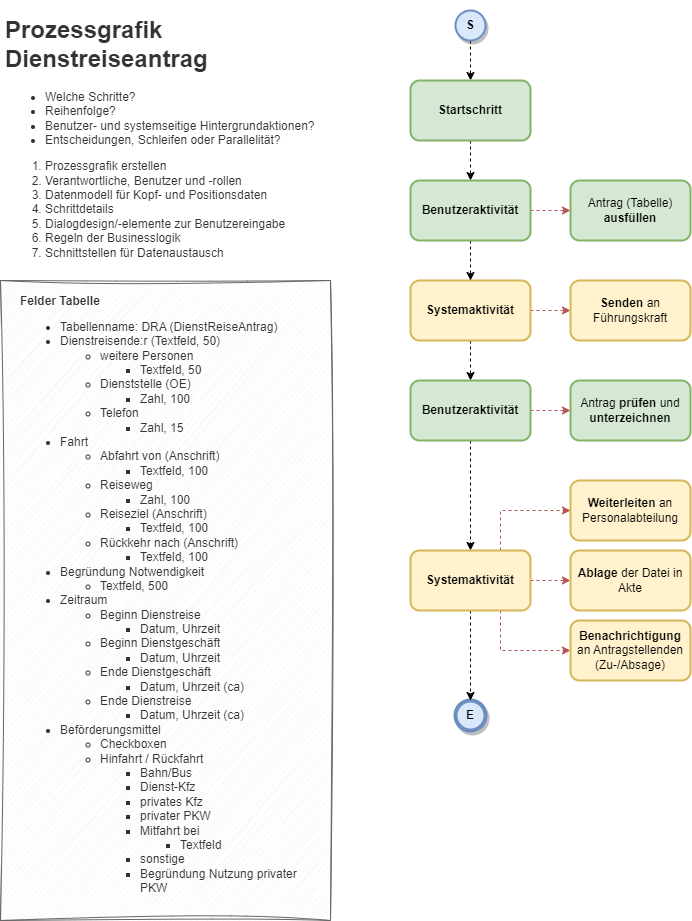
Earlier version of the draw.io export jra-dienstreiseantrag.png (SaBy1188/JobRouterLearn). Source tidied: cells renumbered, new cells last; positions are measured from the earlier drawing's top-left corner, leaving out a move shared by most shapes.
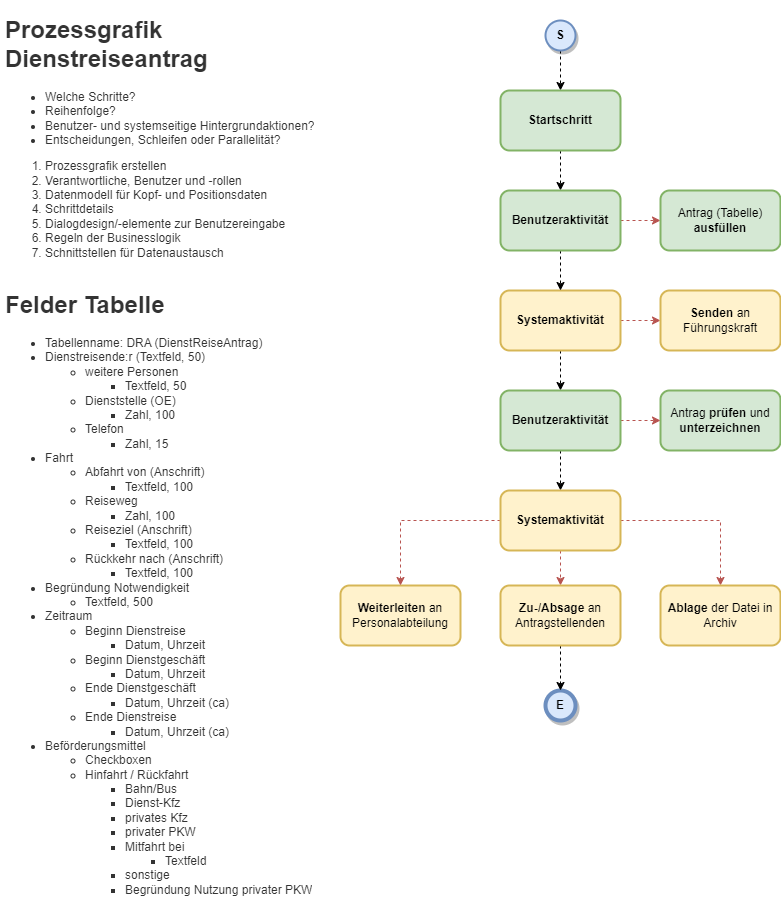
The same file after the commit.

Diff of the diagram source:
```diff
@@ -9,7 +9,7 @@
       <mxGeometry x="455" width="30" height="30" as="geometry" />
     </mxCell>
     <mxCell id="4" value="&lt;b&gt;E&lt;/b&gt;" style="ellipse;whiteSpace=wrap;html=1;fillColor=#dae8fc;strokeColor=#6c8ebf;strokeWidth=4;shadow=1;" parent="1" vertex="1">
-      <mxGeometry x="455" y="690" width="30" height="30" as="geometry" />
+      <mxGeometry x="455" y="670" width="30" height="30" as="geometry" />
     </mxCell>
     <mxCell id="5" style="edgeStyle=orthogonalEdgeStyle;rounded=0;jettySize=auto;html=1;dashed=1;" parent="1" edge="1" source="6" target="13">
       <mxGeometry relative="1" as="geometry" />
@@ -30,9 +30,6 @@
     <mxCell id="9" value="&lt;b&gt;Systemaktivität&lt;/b&gt;" style="rounded=1;whiteSpace=wrap;html=1;fillColor=#fff2cc;strokeColor=#d6b656;strokeWidth=2;" parent="1" vertex="1">
       <mxGeometry x="410" y="270" width="120" height="60" as="geometry" />
     </mxCell>
-    <mxCell id="10" value="&lt;blockquote style=&quot;margin: 0 0 0 40px; border: none; padding: 0px;&quot;&gt;&lt;/blockquote&gt;&lt;b&gt;Felder Tabelle&lt;/b&gt;&lt;br&gt;&lt;div style=&quot;&quot;&gt;&lt;ul&gt;&lt;li&gt;Tabellenname: DRA (DienstReiseAntrag)&lt;/li&gt;&lt;li&gt;Dienstreisende:r (Textfeld, 50)&lt;/li&gt;&lt;ul&gt;&lt;li&gt;weitere Personen&lt;/li&gt;&lt;ul&gt;&lt;li&gt;Textfeld, 50&lt;/li&gt;&lt;/ul&gt;&lt;li&gt;Dienststelle (OE)&lt;/li&gt;&lt;ul&gt;&lt;li&gt;Zahl, 100&lt;/li&gt;&lt;/ul&gt;&lt;li&gt;Telefon&lt;/li&gt;&lt;ul&gt;&lt;li&gt;Zahl, 15&lt;/li&gt;&lt;/ul&gt;&lt;/ul&gt;&lt;li&gt;Fahrt&lt;/li&gt;&lt;ul&gt;&lt;li&gt;Abfahrt von (Anschrift)&lt;/li&gt;&lt;ul&gt;&lt;li&gt;Textfeld, 100&lt;/li&gt;&lt;/ul&gt;&lt;li&gt;Reiseweg&lt;/li&gt;&lt;ul&gt;&lt;li&gt;Zahl, 100&lt;/li&gt;&lt;/ul&gt;&lt;li&gt;Reiseziel (Anschrift)&lt;/li&gt;&lt;ul&gt;&lt;li&gt;Textfeld, 100&lt;/li&gt;&lt;/ul&gt;&lt;li&gt;Rückkehr nach (Anschrift)&lt;/li&gt;&lt;ul&gt;&lt;li&gt;Textfeld, 100&lt;/li&gt;&lt;/ul&gt;&lt;/ul&gt;&lt;li&gt;Begründung Notwendigkeit&lt;/li&gt;&lt;ul&gt;&lt;li&gt;Textfeld, 500&lt;/li&gt;&lt;/ul&gt;&lt;li&gt;Zeitraum&lt;/li&gt;&lt;ul&gt;&lt;li&gt;Beginn Dienstreise&lt;/li&gt;&lt;ul&gt;&lt;li&gt;Datum, Uhrzeit&lt;/li&gt;&lt;/ul&gt;&lt;li&gt;Beginn Dienstgeschäft&lt;/li&gt;&lt;ul&gt;&lt;li&gt;Datum, Uhrzeit&lt;/li&gt;&lt;/ul&gt;&lt;li&gt;Ende Dienstgeschäft&lt;/li&gt;&lt;ul&gt;&lt;li&gt;Datum, Uhrzeit (ca)&lt;/li&gt;&lt;/ul&gt;&lt;li&gt;Ende Dienstreise&lt;/li&gt;&lt;ul&gt;&lt;li&gt;Datum, Uhrzeit (ca)&lt;/li&gt;&lt;/ul&gt;&lt;/ul&gt;&lt;li&gt;Beförderungsmittel&lt;/li&gt;&lt;ul&gt;&lt;li&gt;Checkboxen&lt;/li&gt;&lt;li&gt;Hinfahrt / Rückfahrt&lt;/li&gt;&lt;ul&gt;&lt;li&gt;Bahn/Bus&lt;/li&gt;&lt;li&gt;Dienst-Kfz&lt;/li&gt;&lt;li&gt;privates Kfz&lt;/li&gt;&lt;li&gt;privater PKW&lt;/li&gt;&lt;li&gt;Mitfahrt bei&lt;/li&gt;&lt;ul&gt;&lt;li&gt;Textfeld&lt;/li&gt;&lt;/ul&gt;&lt;li&gt;sonstige&lt;/li&gt;&lt;li&gt;Begründung Nutzung privater PKW&lt;/li&gt;&lt;/ul&gt;&lt;/ul&gt;&lt;/ul&gt;&lt;/div&gt;" style="rounded=0;whiteSpace=wrap;html=1;sketch=1;curveFitting=1;jiggle=2;fillColor=#f5f5f5;fontColor=#333333;strokeColor=#666666;align=left;spacingTop=10;spacingLeft=10;spacingRight=10;spacing=10;spacingBottom=10;" parent="1" vertex="1">
-      <mxGeometry y="270" width="330" height="640" as="geometry" />
-    </mxCell>
     <mxCell id="11" style="edgeStyle=orthogonalEdgeStyle;rounded=0;jettySize=auto;html=1;entryX=0.5;entryY=0;entryDx=0;entryDy=0;dashed=1;" parent="1" edge="1" source="13" target="9">
       <mxGeometry relative="1" as="geometry" />
     </mxCell>
@@ -61,10 +58,10 @@
       <mxGeometry x="410" y="370" width="120" height="60" as="geometry" />
     </mxCell>
     <mxCell id="20" value="&lt;b&gt;Weiterleiten &lt;/b&gt;an Personalabteilung" style="rounded=1;whiteSpace=wrap;html=1;fillColor=#fff2cc;strokeColor=#d6b656;strokeWidth=2;" parent="1" vertex="1">
-      <mxGeometry x="570" y="470" width="120" height="60" as="geometry" />
+      <mxGeometry x="250" y="565" width="120" height="60" as="geometry" />
     </mxCell>
     <mxCell id="21" value="&lt;h1&gt;Prozessgrafik&lt;br&gt;Dienstreiseantrag&lt;/h1&gt;&lt;ul style=&quot;border-color: var(--border-color); color: rgb(51, 51, 51);&quot;&gt;&lt;li style=&quot;border-color: var(--border-color);&quot;&gt;Welche Schritte?&lt;/li&gt;&lt;li style=&quot;border-color: var(--border-color);&quot;&gt;Reihenfolge?&lt;/li&gt;&lt;li style=&quot;border-color: var(--border-color);&quot;&gt;Benutzer- und systemseitige Hintergrundaktionen?&lt;/li&gt;&lt;li style=&quot;border-color: var(--border-color);&quot;&gt;Entscheidungen, Schleifen oder Parallelität?&lt;/li&gt;&lt;/ul&gt;&lt;ol style=&quot;border-color: var(--border-color); color: rgb(51, 51, 51);&quot;&gt;&lt;li style=&quot;border-color: var(--border-color);&quot;&gt;Prozessgrafik erstellen&lt;/li&gt;&lt;li style=&quot;border-color: var(--border-color);&quot;&gt;Verantwortliche, Benutzer und -rollen&lt;/li&gt;&lt;li style=&quot;border-color: var(--border-color);&quot;&gt;Datenmodell für Kopf- und Positionsdaten&lt;/li&gt;&lt;li style=&quot;border-color: var(--border-color);&quot;&gt;Schrittdetails&lt;/li&gt;&lt;li style=&quot;border-color: var(--border-color);&quot;&gt;Dialogdesign/-elemente zur Benutzereingabe&lt;/li&gt;&lt;li style=&quot;border-color: var(--border-color);&quot;&gt;Regeln der Businesslogik&lt;/li&gt;&lt;li style=&quot;border-color: var(--border-color);&quot;&gt;Schnittstellen für Datenaustausch&lt;/li&gt;&lt;/ol&gt;" style="text;html=1;spacing=5;spacingTop=-20;whiteSpace=wrap;overflow=hidden;rounded=0;fillColor=#FFFFFF;fontColor=#333333;strokeColor=none;" parent="1" vertex="1">
-      <mxGeometry width="330" height="260" as="geometry" />
+      <mxGeometry x="-90" y="-10" width="330" height="260" as="geometry" />
     </mxCell>
     <mxCell id="22" style="edgeStyle=orthogonalEdgeStyle;rounded=0;jettySize=auto;html=1;dashed=1;fillColor=#f8cecc;strokeColor=#b85450;exitX=0.75;exitY=0;exitDx=0;exitDy=0;" parent="1" edge="1" source="26" target="20">
       <mxGeometry relative="1" as="geometry">
@@ -73,23 +70,26 @@
         </Array>
       </mxGeometry>
     </mxCell>
-    <mxCell id="23" style="edgeStyle=orthogonalEdgeStyle;rounded=0;jettySize=auto;html=1;exitX=1;exitY=0.5;exitDx=0;exitDy=0;entryX=0;entryY=0.5;entryDx=0;entryDy=0;dashed=1;fillColor=#f8cecc;strokeColor=#b85450;" parent="1" edge="1" source="26" target="27">
+    <mxCell id="23" style="edgeStyle=orthogonalEdgeStyle;rounded=0;jettySize=auto;html=1;exitX=1;exitY=0.5;exitDx=0;exitDy=0;entryX=0.5;entryY=0;entryDx=0;entryDy=0;dashed=1;fillColor=#f8cecc;strokeColor=#b85450;" parent="1" edge="1" source="26" target="27">
       <mxGeometry relative="1" as="geometry" />
     </mxCell>
-    <mxCell id="24" style="edgeStyle=orthogonalEdgeStyle;rounded=0;jettySize=auto;html=1;exitX=0.75;exitY=1;exitDx=0;exitDy=0;entryX=0;entryY=0.5;entryDx=0;entryDy=0;fillColor=#f8cecc;strokeColor=#b85450;dashed=1;" parent="1" edge="1" source="26" target="28">
+    <mxCell id="24" style="edgeStyle=orthogonalEdgeStyle;rounded=0;jettySize=auto;html=1;exitX=0.5;exitY=1;exitDx=0;exitDy=0;entryX=0.5;entryY=0;entryDx=0;entryDy=0;fillColor=#f8cecc;strokeColor=#b85450;dashed=1;" parent="1" edge="1" source="26" target="28">
       <mxGeometry relative="1" as="geometry" />
     </mxCell>
-    <mxCell id="25" style="edgeStyle=orthogonalEdgeStyle;rounded=0;jettySize=auto;html=1;dashed=1;" parent="1" edge="1" source="26" target="4">
+    <mxCell id="25" style="edgeStyle=orthogonalEdgeStyle;rounded=0;jettySize=auto;html=1;dashed=1;" parent="1" edge="1" source="28" target="4">
       <mxGeometry relative="1" as="geometry" />
     </mxCell>
     <mxCell id="26" value="&lt;b&gt;Systemaktivität&lt;/b&gt;" style="rounded=1;whiteSpace=wrap;html=1;fillColor=#fff2cc;strokeColor=#d6b656;strokeWidth=2;" parent="1" vertex="1">
-      <mxGeometry x="410" y="540" width="120" height="60" as="geometry" />
+      <mxGeometry x="410" y="470" width="120" height="60" as="geometry" />
     </mxCell>
-    <mxCell id="27" value="&lt;b&gt;Ablage&lt;/b&gt; der Datei in Akte" style="rounded=1;whiteSpace=wrap;html=1;fillColor=#fff2cc;strokeColor=#d6b656;strokeWidth=2;" parent="1" vertex="1">
-      <mxGeometry x="570" y="540" width="120" height="60" as="geometry" />
+    <mxCell id="27" value="&lt;b&gt;Ablage&lt;/b&gt; der Datei in Archiv" style="rounded=1;whiteSpace=wrap;html=1;fillColor=#fff2cc;strokeColor=#d6b656;strokeWidth=2;" parent="1" vertex="1">
+      <mxGeometry x="570" y="565" width="120" height="60" as="geometry" />
     </mxCell>
+    <mxCell id="10" value="&lt;h1&gt;Felder Tabelle&lt;/h1&gt;&lt;div&gt;&lt;ul style=&quot;border-color: var(--border-color);&quot;&gt;&lt;li style=&quot;border-color: var(--border-color);&quot;&gt;Tabellenname: DRA (DienstReiseAntrag)&lt;/li&gt;&lt;li style=&quot;border-color: var(--border-color);&quot;&gt;Dienstreisende:r (Textfeld, 50)&lt;/li&gt;&lt;ul style=&quot;border-color: var(--border-color);&quot;&gt;&lt;li style=&quot;border-color: var(--border-color);&quot;&gt;weitere Personen&lt;/li&gt;&lt;ul style=&quot;border-color: var(--border-color);&quot;&gt;&lt;li style=&quot;border-color: var(--border-color);&quot;&gt;Textfeld, 50&lt;/li&gt;&lt;/ul&gt;&lt;li style=&quot;border-color: var(--border-color);&quot;&gt;Dienststelle (OE)&lt;/li&gt;&lt;ul style=&quot;border-color: var(--border-color);&quot;&gt;&lt;li style=&quot;border-color: var(--border-color);&quot;&gt;Zahl, 100&lt;/li&gt;&lt;/ul&gt;&lt;li style=&quot;border-color: var(--border-color);&quot;&gt;Telefon&lt;/li&gt;&lt;ul style=&quot;border-color: var(--border-color);&quot;&gt;&lt;li style=&quot;border-color: var(--border-color);&quot;&gt;Zahl, 15&lt;/li&gt;&lt;/ul&gt;&lt;/ul&gt;&lt;li style=&quot;border-color: var(--border-color);&quot;&gt;Fahrt&lt;/li&gt;&lt;ul style=&quot;border-color: var(--border-color);&quot;&gt;&lt;li style=&quot;border-color: var(--border-color);&quot;&gt;Abfahrt von (Anschrift)&lt;/li&gt;&lt;ul style=&quot;border-color: var(--border-color);&quot;&gt;&lt;li style=&quot;border-color: var(--border-color);&quot;&gt;Textfeld, 100&lt;/li&gt;&lt;/ul&gt;&lt;li style=&quot;border-color: var(--border-color);&quot;&gt;Reiseweg&lt;/li&gt;&lt;ul style=&quot;border-color: var(--border-color);&quot;&gt;&lt;li style=&quot;border-color: var(--border-color);&quot;&gt;Zahl, 100&lt;/li&gt;&lt;/ul&gt;&lt;li style=&quot;border-color: var(--border-color);&quot;&gt;Reiseziel (Anschrift)&lt;/li&gt;&lt;ul style=&quot;border-color: var(--border-color);&quot;&gt;&lt;li style=&quot;border-color: var(--border-color);&quot;&gt;Textfeld, 100&lt;/li&gt;&lt;/ul&gt;&lt;li style=&quot;border-color: var(--border-color);&quot;&gt;Rückkehr nach (Anschrift)&lt;/li&gt;&lt;ul style=&quot;border-color: var(--border-color);&quot;&gt;&lt;li style=&quot;border-color: var(--border-color);&quot;&gt;Textfeld, 100&lt;/li&gt;&lt;/ul&gt;&lt;/ul&gt;&lt;li style=&quot;border-color: var(--border-color);&quot;&gt;Begründung Notwendigkeit&lt;/li&gt;&lt;ul style=&quot;border-color: var(--border-color);&quot;&gt;&lt;li style=&quot;border-color: var(--border-color);&quot;&gt;Textfeld, 500&lt;/li&gt;&lt;/ul&gt;&lt;li style=&quot;border-color: var(--border-color);&quot;&gt;Zeitraum&lt;/li&gt;&lt;ul style=&quot;border-color: var(--border-color);&quot;&gt;&lt;li style=&quot;border-color: var(--border-color);&quot;&gt;Beginn Dienstreise&lt;/li&gt;&lt;ul style=&quot;border-color: var(--border-color);&quot;&gt;&lt;li style=&quot;border-color: var(--border-color);&quot;&gt;Datum, Uhrzeit&lt;/li&gt;&lt;/ul&gt;&lt;li style=&quot;border-color: var(--border-color);&quot;&gt;Beginn Dienstgeschäft&lt;/li&gt;&lt;ul style=&quot;border-color: var(--border-color);&quot;&gt;&lt;li style=&quot;border-color: var(--border-color);&quot;&gt;Datum, Uhrzeit&lt;/li&gt;&lt;/ul&gt;&lt;li style=&quot;border-color: var(--border-color);&quot;&gt;Ende Dienstgeschäft&lt;/li&gt;&lt;ul style=&quot;border-color: var(--border-color);&quot;&gt;&lt;li style=&quot;border-color: var(--border-color);&quot;&gt;Datum, Uhrzeit (ca)&lt;/li&gt;&lt;/ul&gt;&lt;li style=&quot;border-color: var(--border-color);&quot;&gt;Ende Dienstreise&lt;/li&gt;&lt;ul style=&quot;border-color: var(--border-color);&quot;&gt;&lt;li style=&quot;border-color: var(--border-color);&quot;&gt;Datum, Uhrzeit (ca)&lt;/li&gt;&lt;/ul&gt;&lt;/ul&gt;&lt;li style=&quot;border-color: var(--border-color);&quot;&gt;Beförderungsmittel&lt;/li&gt;&lt;ul style=&quot;border-color: var(--border-color);&quot;&gt;&lt;li style=&quot;border-color: var(--border-color);&quot;&gt;Checkboxen&lt;/li&gt;&lt;li style=&quot;border-color: var(--border-color);&quot;&gt;Hinfahrt / Rückfahrt&lt;/li&gt;&lt;ul style=&quot;border-color: var(--border-color);&quot;&gt;&lt;li style=&quot;border-color: var(--border-color);&quot;&gt;Bahn/Bus&lt;/li&gt;&lt;li style=&quot;border-color: var(--border-color);&quot;&gt;Dienst-Kfz&lt;/li&gt;&lt;li style=&quot;border-color: var(--border-color);&quot;&gt;privates Kfz&lt;/li&gt;&lt;li style=&quot;border-color: var(--border-color);&quot;&gt;privater PKW&lt;/li&gt;&lt;li style=&quot;border-color: var(--border-color);&quot;&gt;Mitfahrt bei&lt;/li&gt;&lt;ul style=&quot;border-color: var(--border-color);&quot;&gt;&lt;li style=&quot;border-color: var(--border-color);&quot;&gt;Textfeld&lt;/li&gt;&lt;/ul&gt;&lt;li style=&quot;border-color: var(--border-color);&quot;&gt;sonstige&lt;/li&gt;&lt;li style=&quot;border-color: var(--border-color);&quot;&gt;Begründung Nutzung privater PKW&lt;/li&gt;&lt;/ul&gt;&lt;/ul&gt;&lt;/ul&gt;&lt;/div&gt;" style="text;html=1;spacing=5;spacingTop=-20;whiteSpace=wrap;overflow=hidden;rounded=0;fillColor=#FFFFFF;fontColor=#333333;strokeColor=none;" parent="1" vertex="1">
+      <mxGeometry x="-90" y="265" width="330" height="625" as="geometry" />
+    </mxCell>
-    <mxCell id="28" value="&lt;b&gt;Benachrichtigung &lt;/b&gt;an Antragstellenden (Zu-/Absage)" style="rounded=1;whiteSpace=wrap;html=1;fillColor=#fff2cc;strokeColor=#d6b656;strokeWidth=2;" parent="1" vertex="1">
-      <mxGeometry x="570" y="610" width="120" height="60" as="geometry" />
+    <mxCell id="28" value="&lt;b&gt;Zu-/Absage&amp;nbsp;&lt;/b&gt;an Antragstellenden" style="rounded=1;whiteSpace=wrap;html=1;fillColor=#fff2cc;strokeColor=#d6b656;strokeWidth=2;" parent="1" vertex="1">
+      <mxGeometry x="410" y="565" width="120" height="60" as="geometry" />
     </mxCell>
   </root>
 </mxGraphModel>
```
